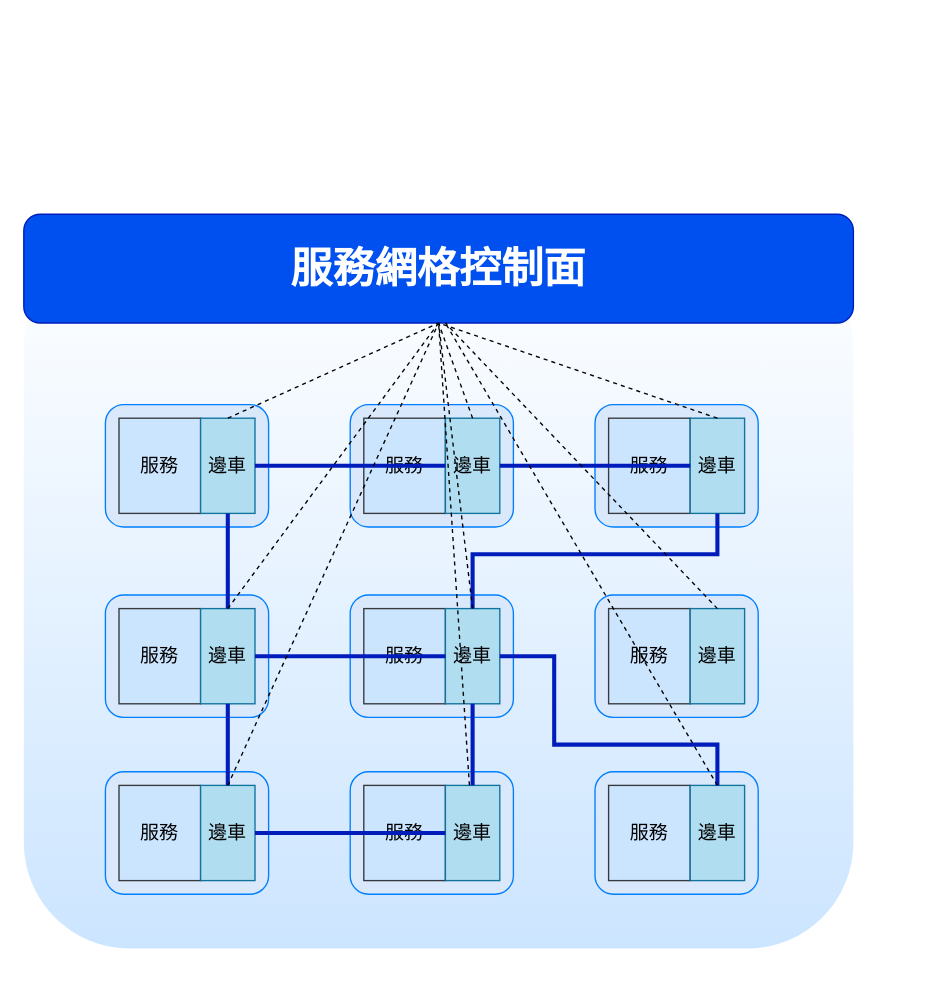
The draw.io diagram page "微服務網格架構" (2 of 4) of istio.drawio in sun873087/drawio, before the edit. Source tidied: cells renumbered, new cells numbered last; positions are measured from the earlier drawing's top-left corner, leaving out a move shared by most shapes. Both pictures are drawn from the tidied source at 136%, with x=0, y=0 at pixel (23, 214).
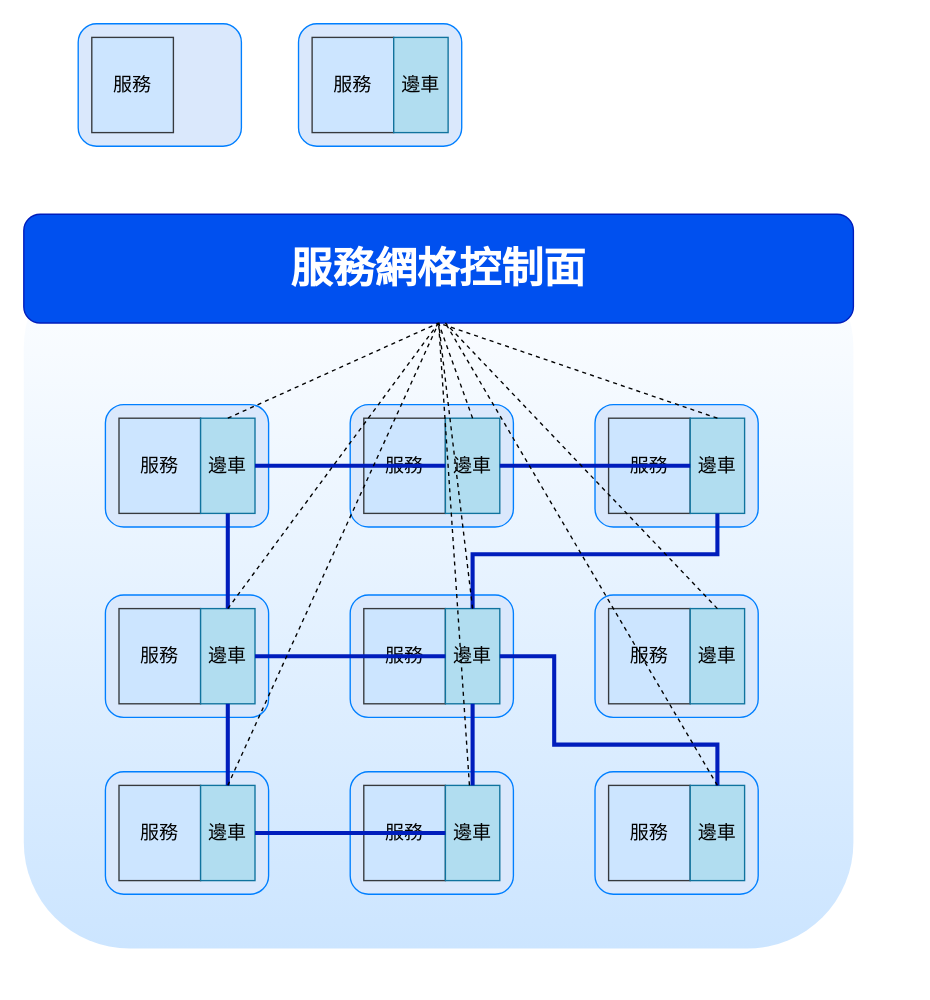
After the change.

What changed in the source:
```diff
@@
     <mxCell id="31" style="group;" parent="1" vertex="1">
-      <mxGeometry x="240" y="410" width="120" height="90" as="geometry" />
+      <mxGeometry x="240" y="410" width="409" height="150" as="geometry" />
     </mxCell>
@@
+    <mxCell id="58" style="rounded=1;whiteSpace=wrap;html=1;fontSize=14;fillColor=#dae8fc;strokeColor=#007FFF;" parent="1" vertex="1">
+      <mxGeometry x="40" y="-140" width="120" height="90" as="geometry" />
+    </mxCell>
+    <mxCell id="59" value="服務" style="rounded=0;whiteSpace=wrap;html=1;fontSize=14;strokeColor=#36393d;fillColor=#cce5ff;" parent="1" vertex="1">
+      <mxGeometry x="50" y="-130" width="60" height="70" as="geometry" />
+    </mxCell>
+    <mxCell id="60" style="rounded=1;whiteSpace=wrap;html=1;fontSize=14;fillColor=#dae8fc;strokeColor=#007FFF;" parent="1" vertex="1">
+      <mxGeometry x="202" y="-140" width="120" height="90" as="geometry" />
+    </mxCell>
+    <mxCell id="61" value="服務" style="rounded=0;whiteSpace=wrap;html=1;fontSize=14;strokeColor=#36393d;fillColor=#cce5ff;" parent="1" vertex="1">
+      <mxGeometry x="212" y="-130" width="60" height="70" as="geometry" />
+    </mxCell>
+    <mxCell id="62" value="邊車" style="rounded=0;whiteSpace=wrap;html=1;fontSize=14;strokeColor=#10739e;fillColor=#b1ddf0;" parent="1" vertex="1">
+      <mxGeometry x="272" y="-130" width="40" height="70" as="geometry" />
+    </mxCell>
```
